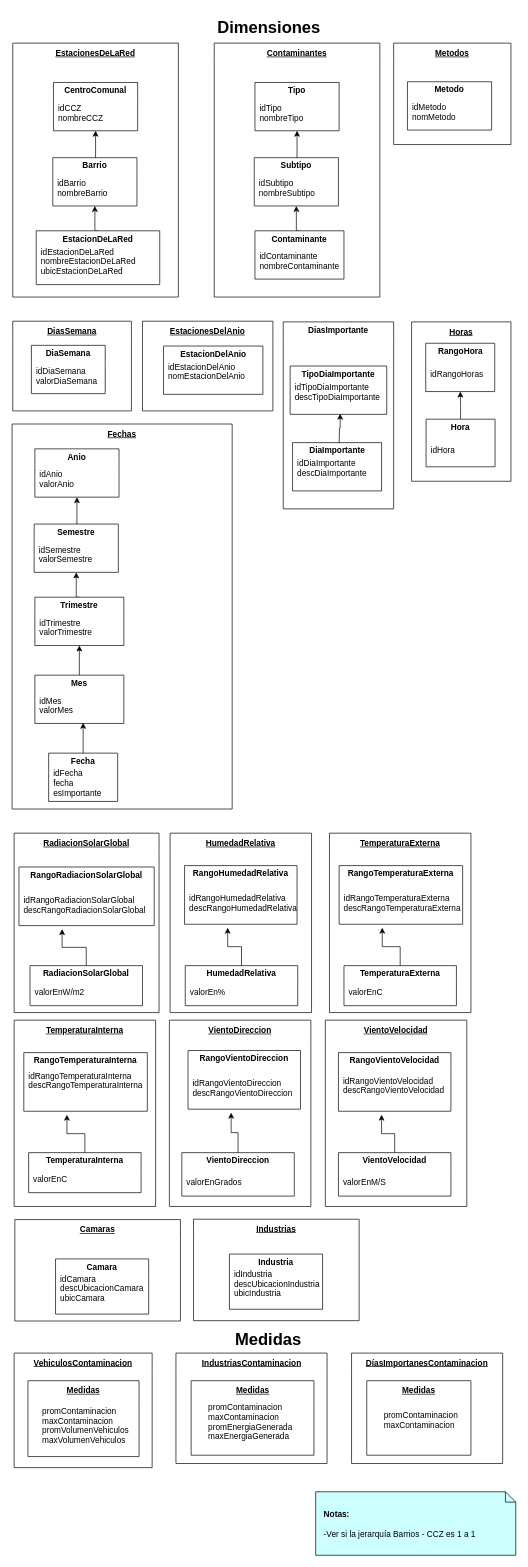
Above: 2. Diseño conceptual/Dimensiones y Medidas.drawio in gonzalomelov/dw-calidad-aire-docs (draw.io), before the change. Source tidied: cells renumbered, new cells numbered last; positions are measured from the earlier drawing's top-left corner, leaving out a move shared by most shapes. Both pictures are drawn from the tidied source at 69%, with x=0, y=0 at pixel (12, 12).
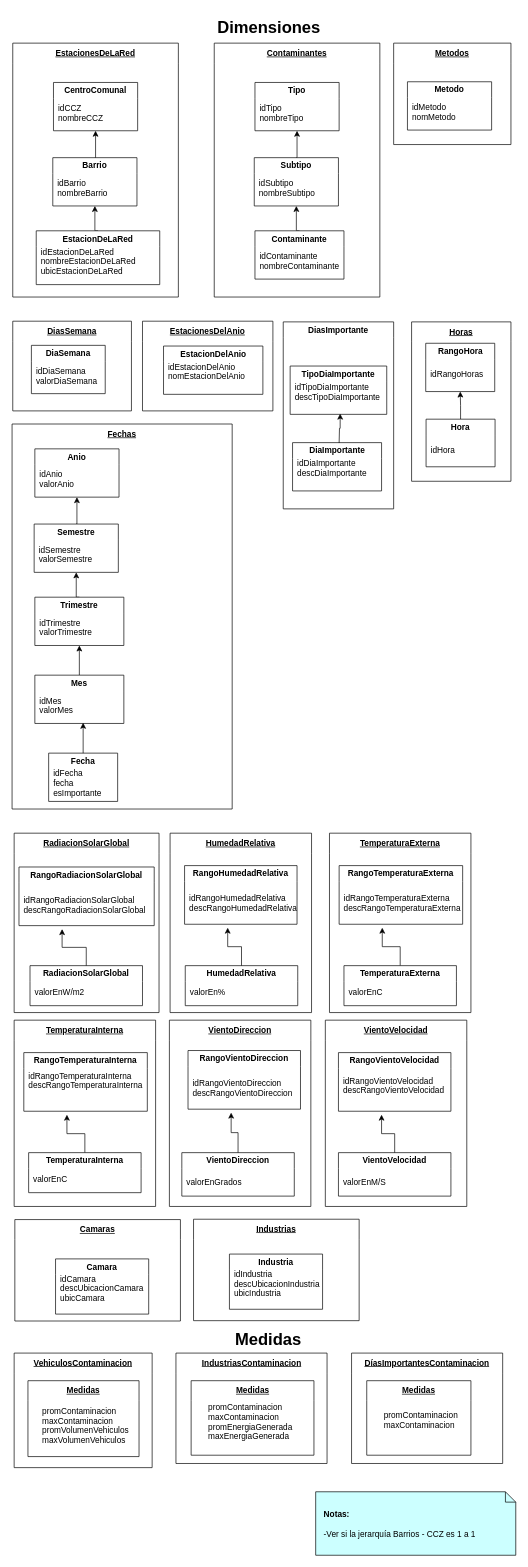
Above is the later version.

Commit message:
Use estacionesdelared

Change to the diagram source:
```diff
@@
-    <mxCell id="48" value="DíasImportanesContaminacion" style="swimlane;swimlaneLine=0;whiteSpace=wrap;startSize=29;fontStyle=5;" parent="1" vertex="1">
+    <mxCell id="48" value="DíasImportantesContaminacion" style="swimlane;swimlaneLine=0;whiteSpace=wrap;startSize=29;fontStyle=5;" parent="1" vertex="1">
       <mxGeometry x="492" y="1943.5" width="219" height="160" as="geometry" />
     </mxCell>
```
